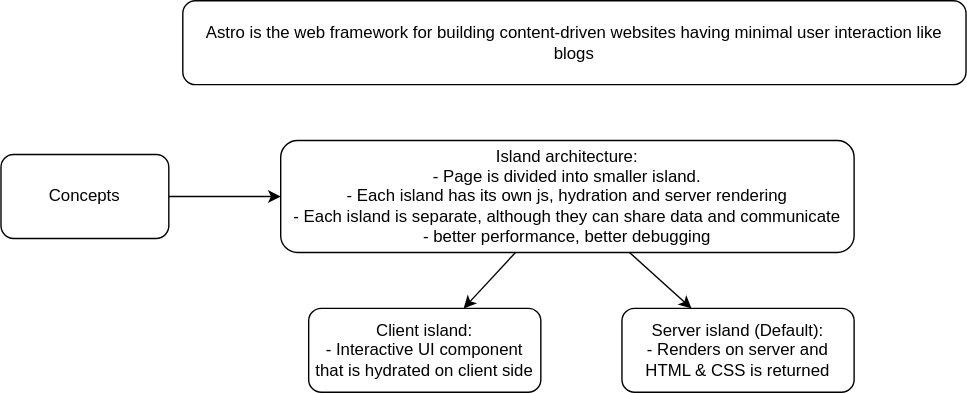
Earlier version of the draw.io export cheats.drawio.svg (ritesh28/blog-astro). Source tidied: cells renumbered, new cells last; positions are measured from the earlier drawing's top-left corner, leaving out a move shared by most shapes.
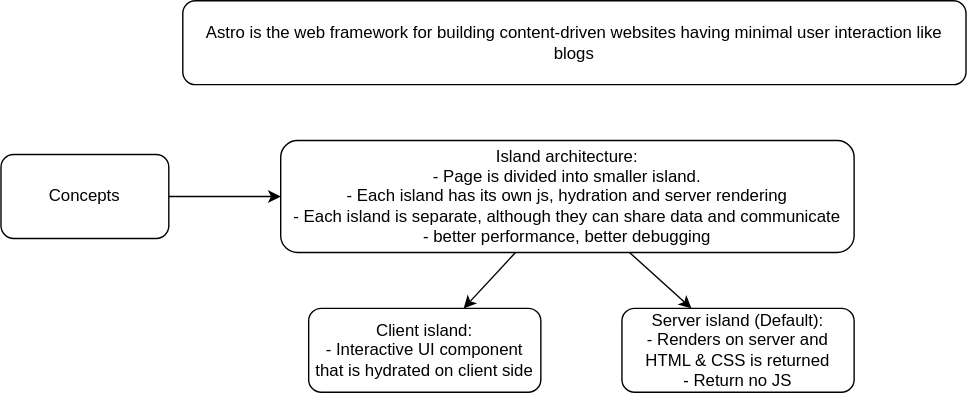
After the change.

Change to the diagram source:
```diff
@@ -23,7 +23,7 @@
     <mxCell id="8" value="Client island:&amp;nbsp;&lt;div&gt;- Interactive UI component that is hydrated on client side&lt;/div&gt;" style="whiteSpace=wrap;html=1;rounded=1;" parent="1" vertex="1">
       <mxGeometry x="220" y="220" width="166" height="60" as="geometry" />
     </mxCell>
-    <mxCell id="9" value="Server island (Default):&amp;nbsp;&lt;div&gt;- Renders on server and HTML &amp;amp; CSS is returned&lt;/div&gt;" style="whiteSpace=wrap;html=1;rounded=1;" parent="1" vertex="1">
+    <mxCell id="9" value="Server island (Default):&amp;nbsp;&lt;div&gt;- Renders on server and HTML &amp;amp; CSS is returned&lt;/div&gt;&lt;div&gt;- Return no JS&lt;/div&gt;" style="whiteSpace=wrap;html=1;rounded=1;" parent="1" vertex="1">
       <mxGeometry x="444" y="220" width="166" height="60" as="geometry" />
     </mxCell>
   </root>
```
